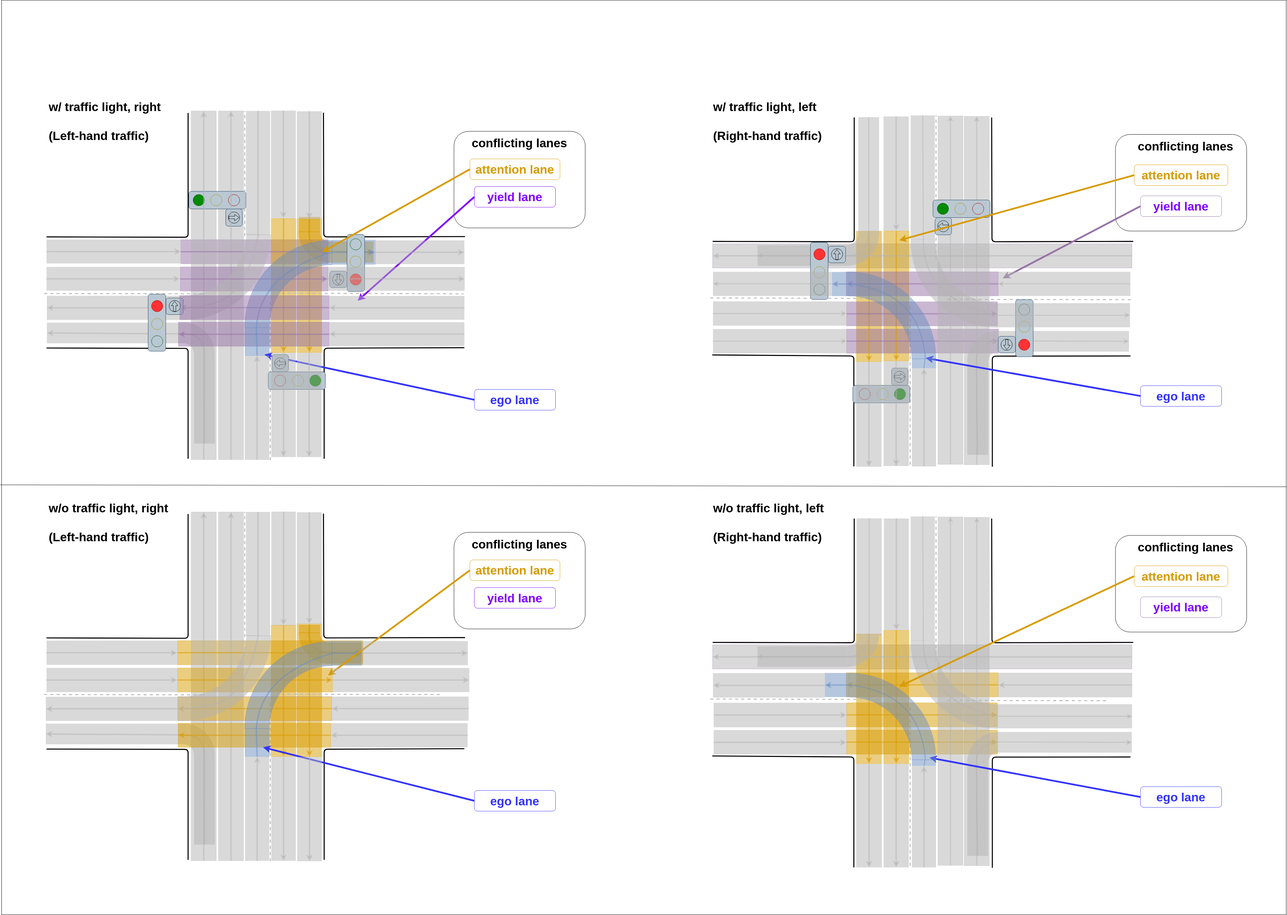
The draw.io diagram main/planning/behavior_velocity_intersection_module/docs/intersection-attention-lr-rl.drawio.svg in ralwing/autoware.universe, before a commit. Source tidied: cells renumbered, new cells last; positions are measured from the earlier drawing's top-left corner, leaving out a move shared by most shapes.
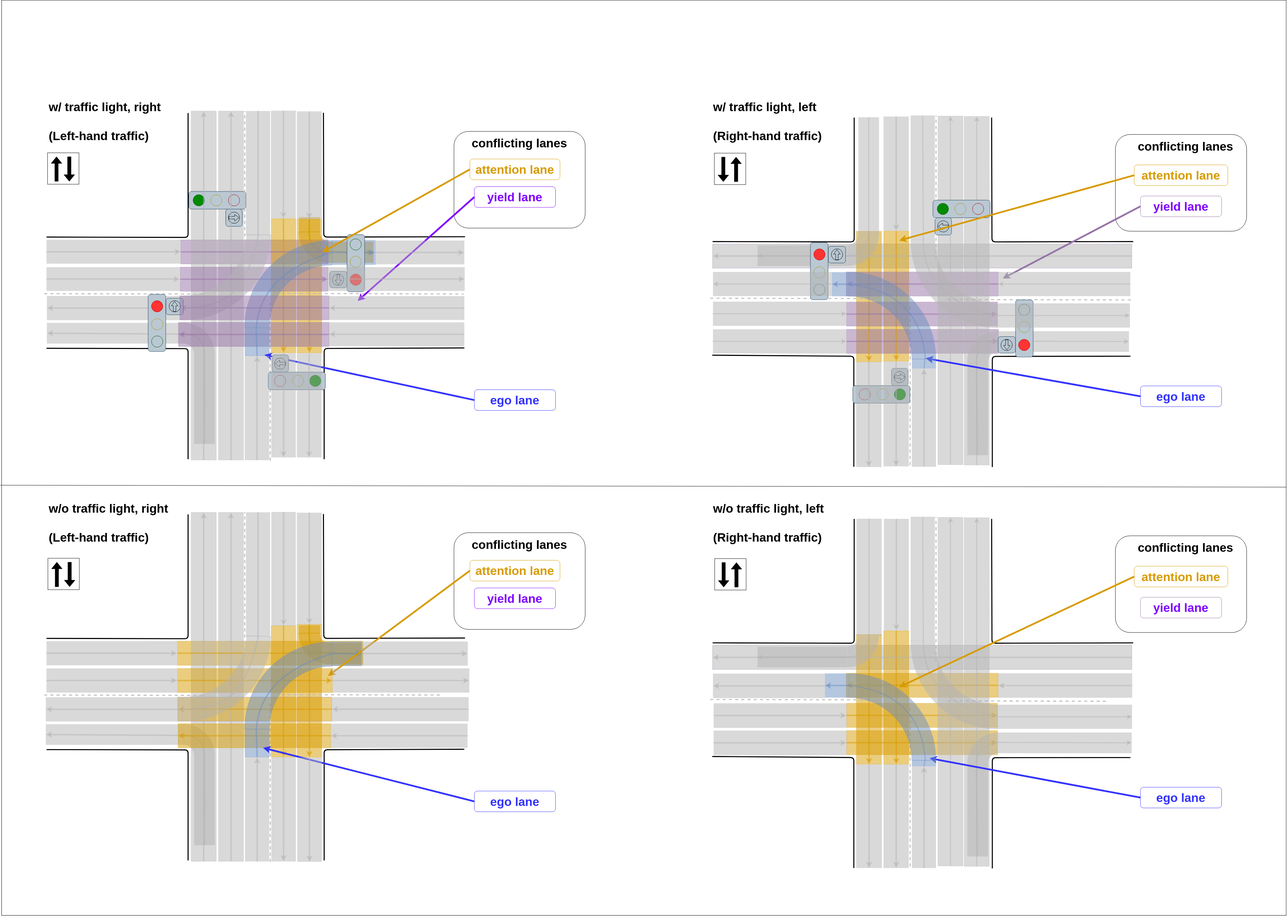
After the commit.

Change to the diagram source:
```diff
@@ -93,16 +93,6 @@
         </Array>
       </mxGeometry>
     </mxCell>
-    <mxCell id="20" style="endArrow=classic;html=1;dashed=1;edgeStyle=orthogonalEdgeStyle;elbow=vertical;strokeColor=none;rounded=0;" parent="1" edge="1">
-      <mxGeometry relative="1" as="geometry">
-        <mxPoint x="1340" y="860" as="sourcePoint" />
-        <mxPoint x="1580" y="870" as="targetPoint" />
-        <Array as="points">
-          <mxPoint x="1340" y="1130" />
-          <mxPoint x="1580" y="1130" />
-        </Array>
-      </mxGeometry>
-    </mxCell>
     <mxCell id="21" style="rounded=0;whiteSpace=wrap;html=1;fillColor=#B3B3B3;rotation=90;fontColor=#333333;strokeColor=#B3B3B3;opacity=50;" parent="1" vertex="1">
       <mxGeometry x="80" y="790" width="1010.5" height="72.6" as="geometry" />
     </mxCell>
@@ -292,16 +282,6 @@
         </Array>
       </mxGeometry>
     </mxCell>
-    <mxCell id="66" style="endArrow=classic;html=1;dashed=1;edgeStyle=orthogonalEdgeStyle;elbow=vertical;strokeColor=none;rounded=0;" parent="1" edge="1">
-      <mxGeometry relative="1" as="geometry">
-        <mxPoint x="3269" y="592" as="sourcePoint" />
-        <mxPoint x="3509" y="602" as="targetPoint" />
-        <Array as="points">
-          <mxPoint x="3269" y="862" />
-          <mxPoint x="3509" y="862" />
-        </Array>
-      </mxGeometry>
-    </mxCell>
     <mxCell id="67" style="rounded=0;whiteSpace=wrap;html=1;fillColor=#D79B00;rotation=90;strokeColor=#d79b00;opacity=50;direction=west;" parent="1" vertex="1">
       <mxGeometry x="2322.6" y="822.1" width="378.3" height="72.6" as="geometry" />
     </mxCell>
@@ -851,16 +831,6 @@
         </Array>
       </mxGeometry>
     </mxCell>
-    <mxCell id="216" style="endArrow=classic;html=1;dashed=1;edgeStyle=orthogonalEdgeStyle;elbow=vertical;strokeColor=none;rounded=0;" parent="1" edge="1">
-      <mxGeometry relative="1" as="geometry">
-        <mxPoint x="1340" y="2022" as="sourcePoint" />
-        <mxPoint x="1580" y="2032" as="targetPoint" />
-        <Array as="points">
-          <mxPoint x="1340" y="2292" />
-          <mxPoint x="1580" y="2292" />
-        </Array>
-      </mxGeometry>
-    </mxCell>
     <mxCell id="217" style="rounded=0;whiteSpace=wrap;html=1;fillColor=#B3B3B3;rotation=90;fontColor=#333333;strokeColor=#B3B3B3;opacity=50;" parent="1" vertex="1">
       <mxGeometry x="80" y="1952" width="1010.5" height="72.6" as="geometry" />
     </mxCell>
@@ -997,16 +967,6 @@
         </Array>
       </mxGeometry>
     </mxCell>
-    <mxCell id="247" style="endArrow=classic;html=1;dashed=1;edgeStyle=orthogonalEdgeStyle;elbow=vertical;strokeColor=none;rounded=0;" parent="1" edge="1">
-      <mxGeometry relative="1" as="geometry">
-        <mxPoint x="3269" y="1754" as="sourcePoint" />
-        <mxPoint x="3509" y="1764" as="targetPoint" />
-        <Array as="points">
-          <mxPoint x="3269" y="2024" />
-          <mxPoint x="3509" y="2024" />
-        </Array>
-      </mxGeometry>
-    </mxCell>
     <mxCell id="248" style="rounded=0;whiteSpace=wrap;html=1;fillColor=#D79B00;rotation=90;strokeColor=#d79b00;opacity=50;direction=west;" parent="1" vertex="1">
       <mxGeometry x="2323.8" y="1988.3" width="375.9" height="72.6" as="geometry" />
     </mxCell>
@@ -1507,5 +1467,65 @@
     <mxCell id="398" style="endArrow=classic;html=1;rounded=0;strokeColor=#B3B3B3;strokeWidth=4;opacity=50;entryX=1;entryY=0.5;entryDx=0;entryDy=0;exitX=0;exitY=0.5;exitDx=0;exitDy=0;endFill=1;" parent="1" edge="1" source="397" target="397">
       <mxGeometry relative="1" as="geometry" />
     </mxCell>
+    <mxCell id="399" style="whiteSpace=wrap;html=1;" parent="1" vertex="1">
+      <mxGeometry x="133" y="442" width="91" height="91" as="geometry" />
+    </mxCell>
+    <mxCell id="400" style="shape=flexArrow;endArrow=classic;html=1;rounded=0;fillColor=#000000;" parent="1" edge="1">
+      <mxGeometry relative="1" as="geometry">
+        <mxPoint x="159" y="525" as="sourcePoint" />
+        <mxPoint x="159" y="453" as="targetPoint" />
+      </mxGeometry>
+    </mxCell>
+    <mxCell id="401" style="shape=flexArrow;endArrow=classic;html=1;rounded=1;strokeColor=#000000;fillColor=#000000;" parent="1" edge="1">
+      <mxGeometry relative="1" as="geometry">
+        <mxPoint x="196" y="453" as="sourcePoint" />
+        <mxPoint x="196" y="525" as="targetPoint" />
+      </mxGeometry>
+    </mxCell>
+    <mxCell id="402" style="whiteSpace=wrap;html=1;" parent="1" vertex="1">
+      <mxGeometry x="2064" y="443" width="91" height="91" as="geometry" />
+    </mxCell>
+    <mxCell id="403" style="shape=flexArrow;endArrow=classic;html=1;rounded=0;fillColor=#000000;" parent="1" edge="1">
+      <mxGeometry relative="1" as="geometry">
+        <mxPoint x="2090" y="454" as="sourcePoint" />
+        <mxPoint x="2090" y="526" as="targetPoint" />
+      </mxGeometry>
+    </mxCell>
+    <mxCell id="404" style="shape=flexArrow;endArrow=classic;html=1;rounded=1;strokeColor=#000000;fillColor=#000000;" parent="1" edge="1">
+      <mxGeometry relative="1" as="geometry">
+        <mxPoint x="2127" y="526" as="sourcePoint" />
+        <mxPoint x="2127" y="454" as="targetPoint" />
+      </mxGeometry>
+    </mxCell>
+    <mxCell id="405" style="whiteSpace=wrap;html=1;" parent="1" vertex="1">
+      <mxGeometry x="134" y="1616" width="91" height="91" as="geometry" />
+    </mxCell>
+    <mxCell id="406" style="shape=flexArrow;endArrow=classic;html=1;rounded=0;fillColor=#000000;" parent="1" edge="1">
+      <mxGeometry relative="1" as="geometry">
+        <mxPoint x="160" y="1699" as="sourcePoint" />
+        <mxPoint x="160" y="1627" as="targetPoint" />
+      </mxGeometry>
+    </mxCell>
+    <mxCell id="407" style="shape=flexArrow;endArrow=classic;html=1;rounded=1;strokeColor=#000000;fillColor=#000000;" parent="1" edge="1">
+      <mxGeometry relative="1" as="geometry">
+        <mxPoint x="197" y="1627" as="sourcePoint" />
+        <mxPoint x="197" y="1699" as="targetPoint" />
+      </mxGeometry>
+    </mxCell>
+    <mxCell id="408" style="whiteSpace=wrap;html=1;" parent="1" vertex="1">
+      <mxGeometry x="2065" y="1617" width="91" height="91" as="geometry" />
+    </mxCell>
+    <mxCell id="409" style="shape=flexArrow;endArrow=classic;html=1;rounded=0;fillColor=#000000;" parent="1" edge="1">
+      <mxGeometry relative="1" as="geometry">
+        <mxPoint x="2091" y="1628" as="sourcePoint" />
+        <mxPoint x="2091" y="1700" as="targetPoint" />
+      </mxGeometry>
+    </mxCell>
+    <mxCell id="410" style="shape=flexArrow;endArrow=classic;html=1;rounded=1;strokeColor=#000000;fillColor=#000000;" parent="1" edge="1">
+      <mxGeometry relative="1" as="geometry">
+        <mxPoint x="2128" y="1700" as="sourcePoint" />
+        <mxPoint x="2128" y="1628" as="targetPoint" />
+      </mxGeometry>
+    </mxCell>
   </root>
 </mxGraphModel>
```
